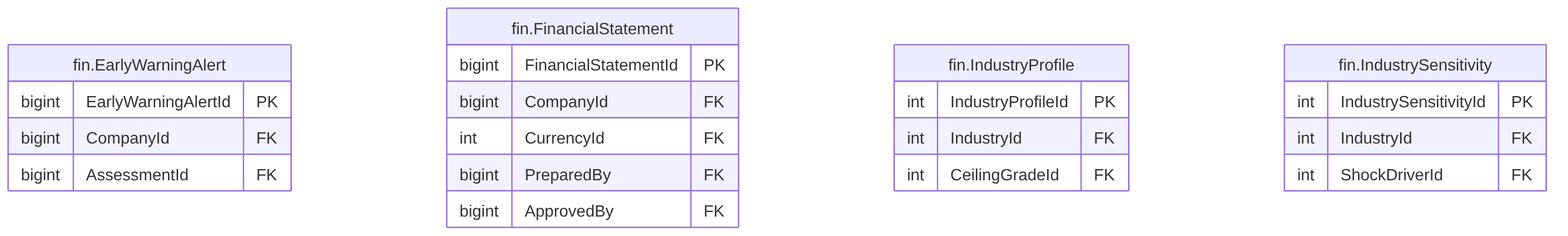
Before: treasury-platform/docs/diagrams/erd/m5_financials_7.png, a diagram exported from Mermaid (thawrasy/smartlines). Its source is kept beside it as treasury-platform/docs/diagrams/erd/m5_financials_7.mmd. The source it was exported from:
```mermaid
erDiagram
  fin_EarlyWarningAlert["fin.EarlyWarningAlert"] {
    bigint EarlyWarningAlertId PK
    bigint CompanyId FK
    bigint AssessmentId FK
  }
  fin_FinancialStatement["fin.FinancialStatement"] {
    bigint FinancialStatementId PK
    bigint CompanyId FK
    int CurrencyId FK
    bigint PreparedBy FK
    bigint ApprovedBy FK
  }
  fin_IndustryProfile["fin.IndustryProfile"] {
    int IndustryProfileId PK
    int IndustryId FK
    int CeilingGradeId FK
  }
  fin_IndustrySensitivity["fin.IndustrySensitivity"] {
    int IndustrySensitivityId PK
    int IndustryId FK
    int ShockDriverId FK
  }
```
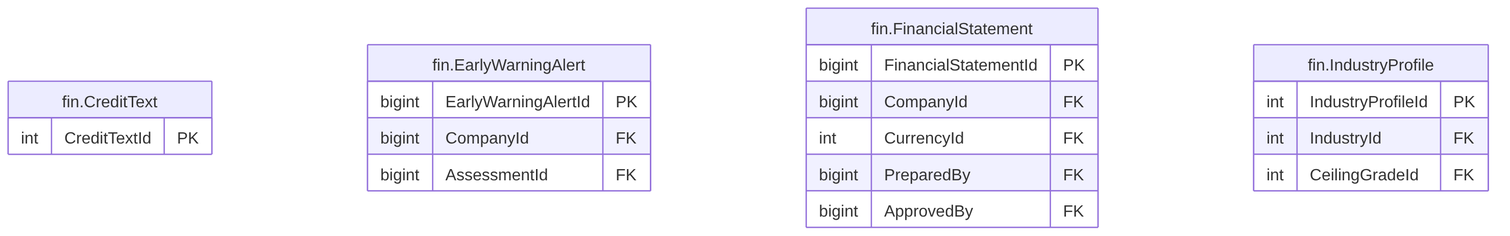
After the commit.

What changed in the source:
```diff
@@ -1,4 +1,7 @@
 erDiagram
+  fin_CreditText["fin.CreditText"] {
+    int CreditTextId PK
+  }
   fin_EarlyWarningAlert["fin.EarlyWarningAlert"] {
     bigint EarlyWarningAlertId PK
     bigint CompanyId FK
@@ -16,8 +19,3 @@
     int IndustryId FK
     int CeilingGradeId FK
   }
-  fin_IndustrySensitivity["fin.IndustrySensitivity"] {
-    int IndustrySensitivityId PK
-    int IndustryId FK
-    int ShockDriverId FK
-  }
```
